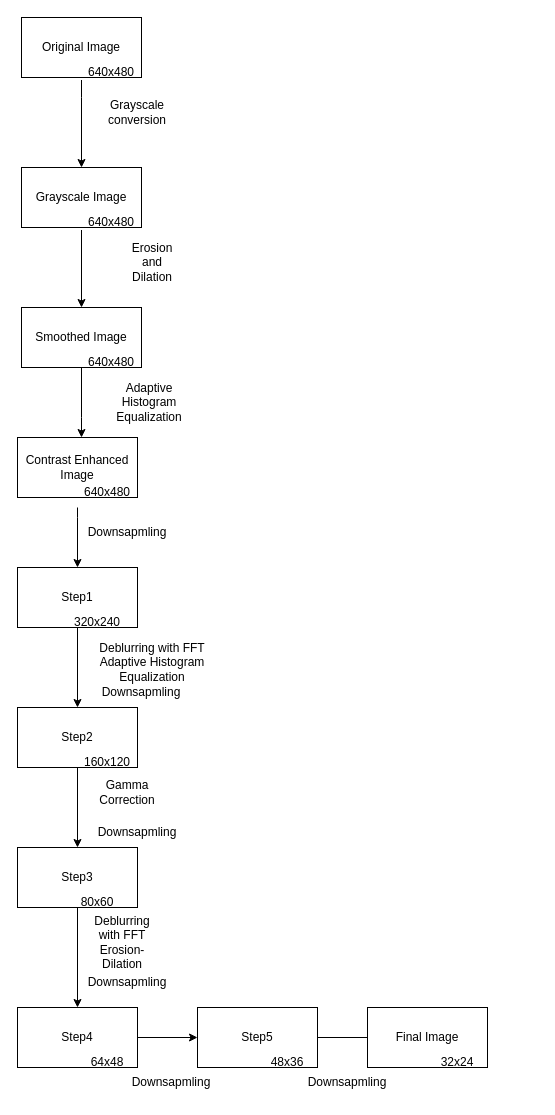
Before: Başlıksız Diyagram.drawio in musalmaz/c_progress, a draw.io diagram. Source tidied: cells renumbered, new cells numbered last; positions are measured from the earlier drawing's top-left corner, leaving out a move shared by most shapes. Both pictures are drawn from the tidied source at 100%, with x=0, y=0 at pixel (17, 17).
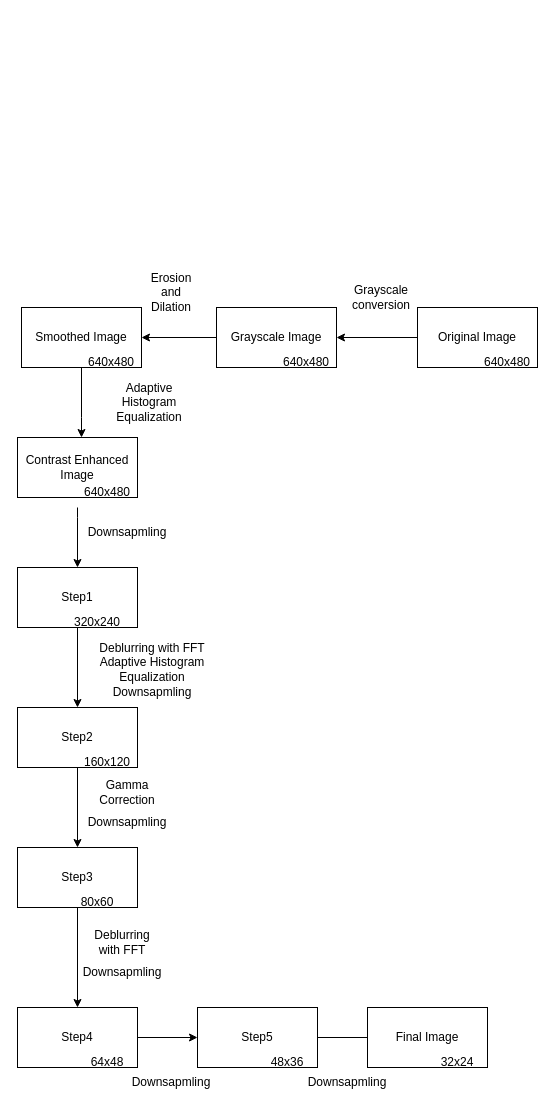
After the change.

Unchanged cells that the change refers to:
```xml
<mxCell id="9" value="Smoothed Image" style="rounded=0;whiteSpace=wrap;html=1;" parent="1" vertex="1">
  <mxGeometry x="4" y="290" width="120" height="60" as="geometry" />
</mxCell>
```

The edit, as a diff of the source:
```diff
@@
+    <mxCell id="43" style="edgeStyle=orthogonalEdgeStyle;rounded=0;jettySize=auto;html=1;entryX=1;entryY=0.5;entryDx=0;entryDy=0;" parent="1" edge="1" source="2" target="3">
+      <mxGeometry relative="1" as="geometry" />
+    </mxCell>
     <mxCell id="2" value="Original Image" style="rounded=0;whiteSpace=wrap;html=1;" parent="1" vertex="1">
-      <mxGeometry x="4" width="120" height="60" as="geometry" />
+      <mxGeometry x="400" y="290" width="120" height="60" as="geometry" />
     </mxCell>
+    <mxCell id="44" style="edgeStyle=orthogonalEdgeStyle;rounded=0;jettySize=auto;html=1;entryX=1;entryY=0.5;entryDx=0;entryDy=0;" parent="1" edge="1" source="3" target="9">
+      <mxGeometry relative="1" as="geometry" />
+    </mxCell>
     <mxCell id="3" value="Grayscale Image" style="rounded=0;whiteSpace=wrap;html=1;" parent="1" vertex="1">
-      <mxGeometry x="4" y="150" width="120" height="60" as="geometry" />
+      <mxGeometry x="199" y="290" width="120" height="60" as="geometry" />
     </mxCell>
-    <mxCell id="4" style="edgeStyle=orthogonalEdgeStyle;rounded=0;jettySize=auto;html=1;exitX=0;exitY=0.75;exitDx=0;exitDy=0;" parent="1" edge="1" source="5" target="3">
-      <mxGeometry relative="1" as="geometry">
-        <Array as="points">
-          <mxPoint x="64" y="80" />
-          <mxPoint x="64" y="80" />
-        </Array>
-      </mxGeometry>
-    </mxCell>
     <mxCell id="5" value="640x480" style="text;html=1;strokeColor=none;fillColor=none;align=center;verticalAlign=middle;whiteSpace=wrap;rounded=0;" parent="1" vertex="1">
-      <mxGeometry x="64" y="40" width="60" height="30" as="geometry" />
+      <mxGeometry x="460" y="330" width="60" height="30" as="geometry" />
     </mxCell>
-    <mxCell id="6" style="edgeStyle=orthogonalEdgeStyle;rounded=0;jettySize=auto;html=1;exitX=0;exitY=0.75;exitDx=0;exitDy=0;" parent="1" edge="1" source="7" target="9">
-      <mxGeometry relative="1" as="geometry">
-        <Array as="points">
-          <mxPoint x="64" y="213" />
-          <mxPoint x="64" y="320" />
-        </Array>
-      </mxGeometry>
-    </mxCell>
     <mxCell id="7" value="640x480" style="text;html=1;strokeColor=none;fillColor=none;align=center;verticalAlign=middle;whiteSpace=wrap;rounded=0;" parent="1" vertex="1">
-      <mxGeometry x="64" y="190" width="60" height="30" as="geometry" />
+      <mxGeometry x="259" y="330" width="60" height="30" as="geometry" />
     </mxCell>
@@
     <mxCell id="21" value="Downsapmling" style="text;html=1;strokeColor=none;fillColor=none;align=center;verticalAlign=middle;whiteSpace=wrap;rounded=0;" parent="1" vertex="1">
-      <mxGeometry x="94" y="660" width="60" height="30" as="geometry" />
+      <mxGeometry x="105" y="660" width="60" height="30" as="geometry" />
     </mxCell>
@@
     <mxCell id="26" value="Downsapmling" style="text;html=1;strokeColor=none;fillColor=none;align=center;verticalAlign=middle;whiteSpace=wrap;rounded=0;" parent="1" vertex="1">
-      <mxGeometry x="90" y="800" width="60" height="30" as="geometry" />
+      <mxGeometry x="80" y="790" width="60" height="30" as="geometry" />
     </mxCell>
@@
     <mxCell id="30" value="Downsapmling" style="text;html=1;strokeColor=none;fillColor=none;align=center;verticalAlign=middle;whiteSpace=wrap;rounded=0;" parent="1" vertex="1">
-      <mxGeometry x="80" y="950" width="60" height="30" as="geometry" />
+      <mxGeometry x="75" y="940" width="60" height="30" as="geometry" />
     </mxCell>
@@
     <mxCell id="39" value="Grayscale conversion" style="text;html=1;strokeColor=none;fillColor=none;align=center;verticalAlign=middle;whiteSpace=wrap;rounded=0;" parent="1" vertex="1">
-      <mxGeometry x="75" y="80" width="90" height="30" as="geometry" />
+      <mxGeometry x="319" y="260" width="90" height="40" as="geometry" />
     </mxCell>
     <mxCell id="40" value="Erosion and Dilation" style="text;html=1;strokeColor=none;fillColor=none;align=center;verticalAlign=middle;whiteSpace=wrap;rounded=0;" parent="1" vertex="1">
-      <mxGeometry x="105" y="230" width="60" height="30" as="geometry" />
+      <mxGeometry x="124" y="260" width="60" height="30" as="geometry" />
     </mxCell>
@@
-    <mxCell id="42" value="Deblurring with FFT&lt;br&gt;Erosion-Dilation" style="text;html=1;strokeColor=none;fillColor=none;align=center;verticalAlign=middle;whiteSpace=wrap;rounded=0;" parent="1" vertex="1">
+    <mxCell id="42" value="Deblurring with FFT&lt;br&gt;" style="text;html=1;strokeColor=none;fillColor=none;align=center;verticalAlign=middle;whiteSpace=wrap;rounded=0;" parent="1" vertex="1">
       <mxGeometry x="75" y="910" width="60" height="30" as="geometry" />
     </mxCell>
```
